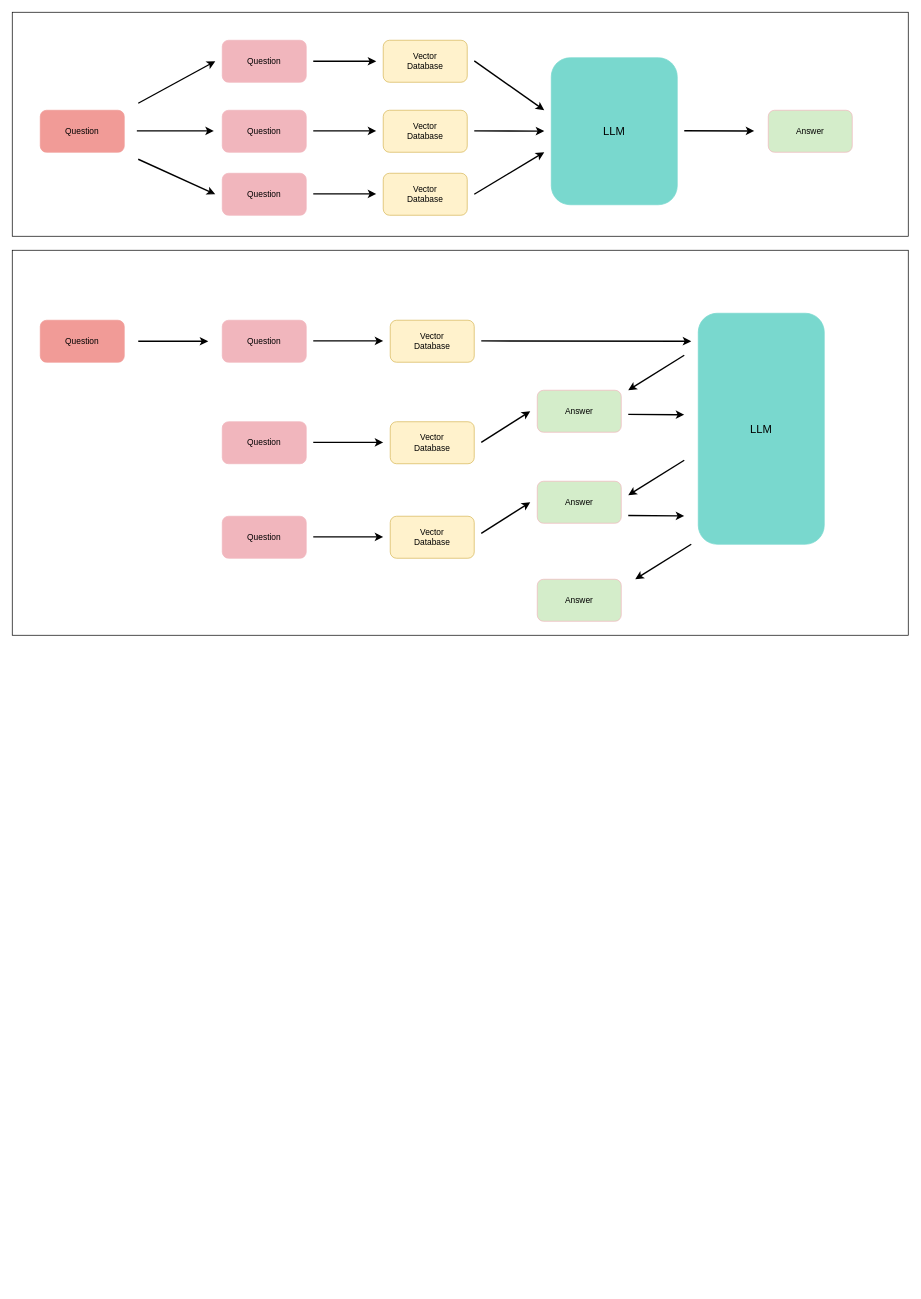
This is bookMind/RAG.drawio from SilentEchoe/Blogs, a draw.io file, before an edit. Source tidied: cells renumbered, new cells numbered last; positions are measured from the earlier drawing's top-left corner, leaving out a move shared by most shapes. Both pictures are drawn from the tidied source at 70%, with x=0, y=0 at pixel (12, 12).
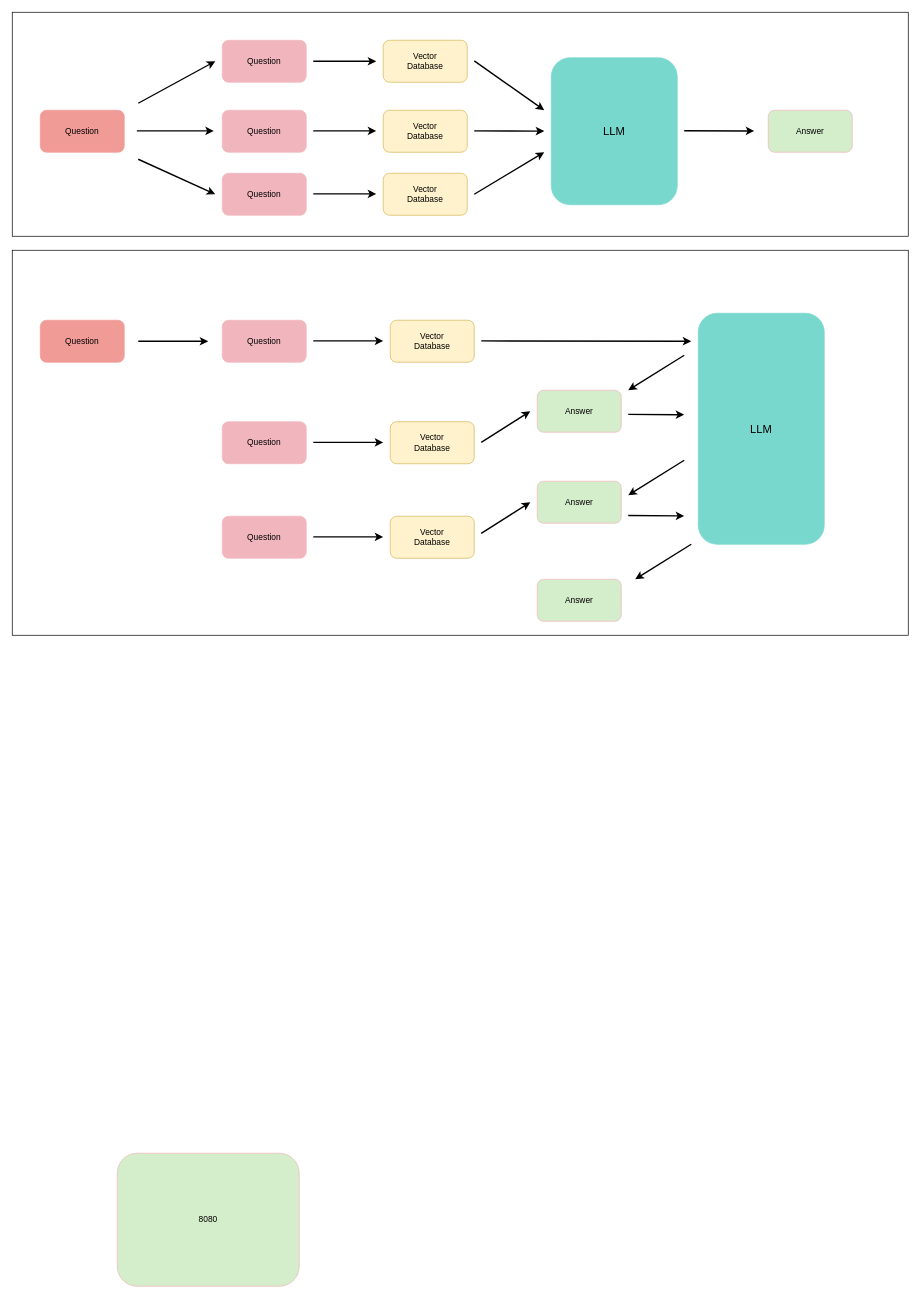
Above is the later version.

Change to the diagram source:
```diff
@@
+    <mxCell id="46" value="8080" style="rounded=1;whiteSpace=wrap;html=1;shadow=0;fillColor=#D4EDCA;strokeColor=#F1B6BD;" parent="1" vertex="1">
+      <mxGeometry x="150" y="1630" width="260" height="190" as="geometry" />
+    </mxCell>
```
